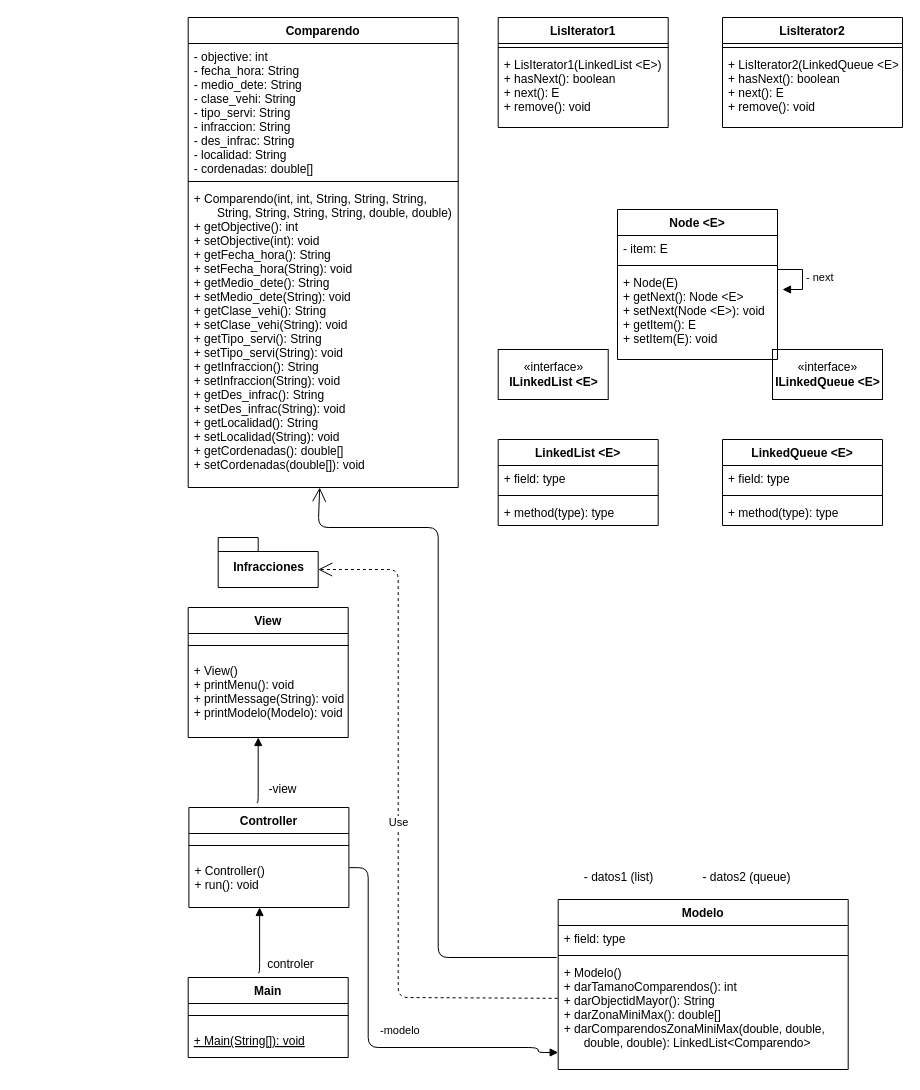
The draw.io diagram docs/Untitled Diagram.drawio in ppastram/Proyecto1_202010_sec4_team5, before the edit. Source tidied: cells renumbered, new cells numbered last; positions are measured from the earlier drawing's top-left corner, leaving out a move shared by most shapes. Both pictures are drawn from the tidied source at 100%, with x=0, y=0 at pixel (188, 17).
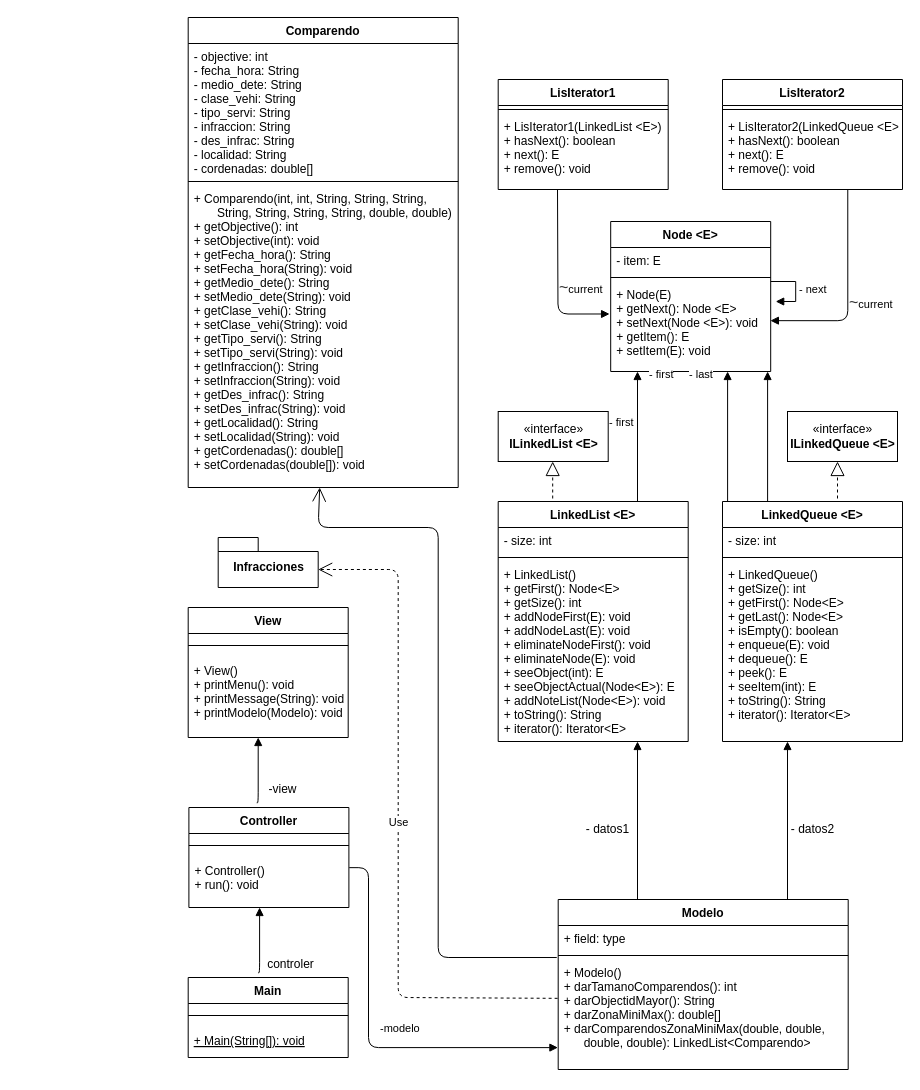
The same page after the edit.

Unchanged cells that the change refers to:
```xml
<mxCell id="4" value="+ Controller()&#10;+ run(): void" style="text;strokeColor=none;fillColor=none;align=left;verticalAlign=top;spacingLeft=4;spacingRight=4;overflow=hidden;points=[[0,0.5],[1,0.5]];portConstraint=eastwest;" parent="2" vertex="1">
  <mxGeometry y="50" width="160" height="50" as="geometry" />
</mxCell>
<mxCell id="25" value="+ Modelo()&#10;+ darTamanoComparendos(): int&#10;+ darObjectidMayor(): String&#10;+ darZonaMiniMax(): double[]&#10;+ darComparendosZonaMiniMax(double, double, &#10;      double, double): LinkedList&lt;Comparendo&gt;" style="text;strokeColor=none;fillColor=none;align=left;verticalAlign=top;spacingLeft=4;spacingRight=4;overflow=hidden;points=[[0,0.5],[1,0.5]];portConstraint=eastwest;" parent="22" vertex="1">
  <mxGeometry y="60" width="290" height="110" as="geometry" />
</mxCell>
<mxCell id="50" value="+ Node(E)&#10;+ getNext(): Node &lt;E&gt;&#10;+ setNext(Node &lt;E&gt;): void&#10;+ getItem(): E&#10;+ setItem(E): void" style="text;strokeColor=none;fillColor=none;align=left;verticalAlign=top;spacingLeft=4;spacingRight=4;overflow=hidden;points=[[0,0.5],[1,0.5]];portConstraint=eastwest;" parent="47" vertex="1">
  <mxGeometry y="60" width="160" height="90" as="geometry" />
</mxCell>
<mxCell id="56" value="+ LisIterator2(LinkedQueue &lt;E&gt;)&#10;+ hasNext(): boolean&#10;+ next(): E&#10;+ remove(): void" style="text;strokeColor=none;fillColor=none;align=left;verticalAlign=top;spacingLeft=4;spacingRight=4;overflow=hidden;points=[[0,0.5],[1,0.5]];portConstraint=eastwest;" parent="54" vertex="1">
  <mxGeometry y="34" width="180" height="76" as="geometry" />
</mxCell>
```

The edit, as a diff of the source:
```diff
@@
-    <mxCell id="5" value="-modelo" style="endArrow=block;endFill=1;html=1;edgeStyle=orthogonalEdgeStyle;align=left;verticalAlign=top;exitX=1.002;exitY=0.203;exitDx=0;exitDy=0;exitPerimeter=0;" parent="1" edge="1" source="4">
+    <mxCell id="5" value="-modelo" style="endArrow=block;endFill=1;html=1;edgeStyle=orthogonalEdgeStyle;align=left;verticalAlign=top;exitX=1.002;exitY=0.203;exitDx=0;exitDy=0;exitPerimeter=0;entryX=-0.001;entryY=0.801;entryDx=0;entryDy=0;entryPerimeter=0;" parent="1" edge="1" source="4" target="25">
       <mxGeometry x="-0.14" y="10" relative="1" as="geometry">
-        <mxPoint x="369.7" y="1035" as="targetPoint" />
         <Array as="points">
-          <mxPoint x="179.7" y="850" />
-          <mxPoint x="179.7" y="1030" />
-          <mxPoint x="349.7" y="1030" />
-          <mxPoint x="349.7" y="1035" />
+          <mxPoint x="180" y="850" />
+          <mxPoint x="180" y="1030" />
+          <mxPoint x="369" y="1030" />
         </Array>
       </mxGeometry>
     </mxCell>
@@
-    <mxCell id="26" value="- datos1 (list)" style="text;html=1;align=center;verticalAlign=middle;" parent="1" vertex="1">
-      <mxGeometry x="389.7" y="850" width="80" height="20" as="geometry" />
+    <mxCell id="26" value="- datos1" style="text;html=1;align=center;verticalAlign=middle;" parent="1" vertex="1">
+      <mxGeometry x="389" y="802" width="60" height="20" as="geometry" />
     </mxCell>
-    <mxCell id="27" value="- datos2 (queue)" style="text;html=1;align=center;verticalAlign=middle;" parent="1" vertex="1">
-      <mxGeometry x="507.7" y="850" width="100" height="20" as="geometry" />
+    <mxCell id="27" value="- datos2" style="text;html=1;align=center;verticalAlign=middle;" parent="1" vertex="1">
+      <mxGeometry x="594" y="802" width="60" height="20" as="geometry" />
     </mxCell>
@@
     <mxCell id="35" value="«interface»&lt;br&gt;&lt;b&gt;ILinkedList &amp;lt;E&amp;gt;&lt;/b&gt;" style="html=1;" parent="1" vertex="1">
-      <mxGeometry x="309.7" y="332" width="110" height="50" as="geometry" />
+      <mxGeometry x="309.7" y="394" width="110" height="50" as="geometry" />
     </mxCell>
@@
     <mxCell id="38" value="«interface»&lt;br&gt;&lt;b&gt;ILinkedQueue &amp;lt;E&amp;gt;&lt;/b&gt;" style="html=1;" parent="1" vertex="1">
-      <mxGeometry x="584" y="332" width="110" height="50" as="geometry" />
+      <mxGeometry x="599" y="394" width="110" height="50" as="geometry" />
     </mxCell>
     <mxCell id="39" value="LinkedList &lt;E&gt;" style="swimlane;fontStyle=1;align=center;verticalAlign=top;horizontal=1;startSize=26;" parent="1" vertex="1">
-      <mxGeometry x="309.7" y="422" width="160" height="86" as="geometry" />
+      <mxGeometry x="309.7" y="484" width="190" height="240" as="geometry" />
     </mxCell>
-    <mxCell id="40" value="+ field: type" style="text;strokeColor=none;fillColor=none;align=left;verticalAlign=top;spacingLeft=4;spacingRight=4;overflow=hidden;" parent="39" vertex="1">
-      <mxGeometry y="26" width="160" height="26" as="geometry" />
+    <mxCell id="40" value="- size: int" style="text;strokeColor=none;fillColor=none;align=left;verticalAlign=top;spacingLeft=4;spacingRight=4;overflow=hidden;" parent="39" vertex="1">
+      <mxGeometry y="26" width="190" height="26" as="geometry" />
     </mxCell>
     <mxCell id="41" style="line;strokeWidth=1;fillColor=none;align=left;verticalAlign=middle;spacingTop=-1;spacingLeft=3;spacingRight=3;labelPosition=right;" parent="39" vertex="1">
-      <mxGeometry y="52" width="160" height="8" as="geometry" />
+      <mxGeometry y="52" width="190" height="8" as="geometry" />
     </mxCell>
-    <mxCell id="42" value="+ method(type): type" style="text;strokeColor=none;fillColor=none;align=left;verticalAlign=top;spacingLeft=4;spacingRight=4;overflow=hidden;" parent="39" vertex="1">
-      <mxGeometry y="60" width="160" height="26" as="geometry" />
+    <mxCell id="42" value="+ LinkedList()&#10;+ getFirst(): Node&lt;E&gt;&#10;+ getSize(): int&#10;+ addNodeFirst(E): void &#10;+ addNodeLast(E): void &#10;+ eliminateNodeFirst(): void&#10;+ eliminateNode(E): void&#10;+ seeObject(int): E&#10;+ seeObjectActual(Node&lt;E&gt;): E&#10;+ addNoteList(Node&lt;E&gt;): void&#10;+ toString(): String&#10;+ iterator(): Iterator&lt;E&gt;" style="text;strokeColor=none;fillColor=none;align=left;verticalAlign=top;spacingLeft=4;spacingRight=4;overflow=hidden;" parent="39" vertex="1">
+      <mxGeometry y="60" width="190" height="180" as="geometry" />
     </mxCell>
     <mxCell id="43" value="LinkedQueue &lt;E&gt;" style="swimlane;fontStyle=1;align=center;verticalAlign=top;horizontal=1;startSize=26;" parent="1" vertex="1">
-      <mxGeometry x="534" y="422" width="160" height="86" as="geometry" />
+      <mxGeometry x="534" y="484" width="180" height="240" as="geometry" />
     </mxCell>
-    <mxCell id="44" value="+ field: type" style="text;strokeColor=none;fillColor=none;align=left;verticalAlign=top;spacingLeft=4;spacingRight=4;overflow=hidden;" parent="43" vertex="1">
-      <mxGeometry y="26" width="160" height="26" as="geometry" />
+    <mxCell id="44" value="- size: int" style="text;strokeColor=none;fillColor=none;align=left;verticalAlign=top;spacingLeft=4;spacingRight=4;overflow=hidden;" parent="43" vertex="1">
+      <mxGeometry y="26" width="180" height="26" as="geometry" />
     </mxCell>
     <mxCell id="45" style="line;strokeWidth=1;fillColor=none;align=left;verticalAlign=middle;spacingTop=-1;spacingLeft=3;spacingRight=3;labelPosition=right;" parent="43" vertex="1">
-      <mxGeometry y="52" width="160" height="8" as="geometry" />
+      <mxGeometry y="52" width="180" height="8" as="geometry" />
     </mxCell>
-    <mxCell id="46" value="+ method(type): type" style="text;strokeColor=none;fillColor=none;align=left;verticalAlign=top;spacingLeft=4;spacingRight=4;overflow=hidden;" parent="43" vertex="1">
-      <mxGeometry y="60" width="160" height="26" as="geometry" />
+    <mxCell id="46" value="+ LinkedQueue()&#10;+ getSize(): int&#10;+ getFirst(): Node&lt;E&gt;&#10;+ getLast(): Node&lt;E&gt;&#10;+ isEmpty(): boolean&#10;+ enqueue(E): void&#10;+ dequeue(): E&#10;+ peek(): E&#10;+ seeItem(int): E&#10;+ toString(): String&#10;+ iterator(): Iterator&lt;E&gt;" style="text;strokeColor=none;fillColor=none;align=left;verticalAlign=top;spacingLeft=4;spacingRight=4;overflow=hidden;" parent="43" vertex="1">
+      <mxGeometry y="60" width="180" height="180" as="geometry" />
     </mxCell>
     <mxCell id="47" value="Node &lt;E&gt;" style="swimlane;fontStyle=1;align=center;verticalAlign=top;horizontal=1;startSize=26;" parent="1" vertex="1">
-      <mxGeometry x="429" y="192" width="160" height="150" as="geometry" />
+      <mxGeometry x="422.2" y="204" width="160" height="150" as="geometry" />
     </mxCell>
@@
     <mxCell id="51" value="LisIterator1" style="swimlane;fontStyle=1;align=center;verticalAlign=top;horizontal=1;startSize=26;" parent="1" vertex="1">
-      <mxGeometry x="309.7" width="170" height="110" as="geometry" />
+      <mxGeometry x="309.7" y="62" width="170" height="110" as="geometry" />
     </mxCell>
@@
+    <mxCell id="58" value="&lt;h1 style=&quot;white-space: normal ; margin: 0px ; padding: 0px ; line-height: 1.3 ; color: rgb(51 , 51 , 51)&quot;&gt;&lt;/h1&gt;&lt;span style=&quot;font-size: 16px ; white-space: normal ; color: rgb(51 , 51 , 51) ; font-family: , &amp;#34;blinkmacsystemfont&amp;#34; , &amp;#34;segoe ui&amp;#34; , &amp;#34;roboto&amp;#34; , , &amp;#34;ubuntu&amp;#34; , &amp;#34;cantarell&amp;#34; , &amp;#34;helvetica neue&amp;#34; , sans-serif&quot;&gt;~&lt;/span&gt;current" style="endArrow=block;endFill=1;html=1;edgeStyle=orthogonalEdgeStyle;align=left;verticalAlign=top;entryX=-0.007;entryY=0.361;entryDx=0;entryDy=0;entryPerimeter=0;" parent="51" edge="1" target="50">
+      <mxGeometry x="-0.07" relative="1" as="geometry">
+        <mxPoint x="59.3" y="110" as="sourcePoint" />
+      </mxGeometry>
+    </mxCell>
     <mxCell id="54" value="LisIterator2" style="swimlane;fontStyle=1;align=center;verticalAlign=top;horizontal=1;startSize=26;" parent="1" vertex="1">
-      <mxGeometry x="534" width="180" height="110" as="geometry" />
+      <mxGeometry x="534" y="62" width="180" height="110" as="geometry" />
     </mxCell>
@@
     <mxCell id="57" value="- next" style="edgeStyle=orthogonalEdgeStyle;html=1;align=left;spacingLeft=2;endArrow=block;rounded=0;entryX=1;entryY=0;" parent="1" edge="1">
       <mxGeometry relative="1" as="geometry">
-        <mxPoint x="589" y="252" as="sourcePoint" />
-        <mxPoint x="594" y="272" as="targetPoint" />
+        <mxPoint x="582.2" y="264" as="sourcePoint" />
+        <mxPoint x="587.2" y="284" as="targetPoint" />
         <Array as="points">
-          <mxPoint x="614" y="252" />
+          <mxPoint x="607.2" y="264" />
         </Array>
       </mxGeometry>
     </mxCell>
+    <mxCell id="59" value="&lt;h1 style=&quot;white-space: normal ; margin: 0px ; padding: 0px ; line-height: 1.3 ; color: rgb(51 , 51 , 51) ; text-align: left&quot;&gt;&lt;br&gt;&lt;/h1&gt;" style="text;html=1;align=center;verticalAlign=middle;" parent="1" vertex="1">
+      <mxGeometry x="354.7" y="304" width="20" height="40" as="geometry" />
+    </mxCell>
+    <mxCell id="60" value="&lt;h1 style=&quot;white-space: normal ; margin: 0px ; padding: 0px ; line-height: 1.3 ; color: rgb(51 , 51 , 51)&quot;&gt;&lt;/h1&gt;&lt;span style=&quot;font-size: 16px ; white-space: normal ; color: rgb(51 , 51 , 51) ; font-family: , &amp;#34;blinkmacsystemfont&amp;#34; , &amp;#34;segoe ui&amp;#34; , &amp;#34;roboto&amp;#34; , , &amp;#34;ubuntu&amp;#34; , &amp;#34;cantarell&amp;#34; , &amp;#34;helvetica neue&amp;#34; , sans-serif&quot;&gt;~&lt;/span&gt;current" style="endArrow=block;endFill=1;html=1;edgeStyle=orthogonalEdgeStyle;align=left;verticalAlign=top;entryX=0.998;entryY=0.435;entryDx=0;entryDy=0;entryPerimeter=0;exitX=0.696;exitY=1.004;exitDx=0;exitDy=0;exitPerimeter=0;" parent="1" edge="1" source="56" target="50">
+      <mxGeometry x="-0.07" relative="1" as="geometry" />
+    </mxCell>
+    <mxCell id="61" style="endArrow=block;dashed=1;endFill=0;endSize=12;html=1;" parent="1" edge="1">
+      <mxGeometry relative="1" as="geometry">
+        <mxPoint x="364.2" y="481" as="sourcePoint" />
+        <mxPoint x="364.2" y="444" as="targetPoint" />
+      </mxGeometry>
+    </mxCell>
+    <mxCell id="62" style="endArrow=block;dashed=1;endFill=0;endSize=12;html=1;" parent="1" edge="1">
+      <mxGeometry relative="1" as="geometry">
+        <mxPoint x="649" y="481" as="sourcePoint" />
+        <mxPoint x="649" y="444" as="targetPoint" />
+      </mxGeometry>
+    </mxCell>
+    <mxCell id="63" value="- first" style="endArrow=block;endFill=1;html=1;edgeStyle=orthogonalEdgeStyle;align=left;verticalAlign=top;" parent="1" edge="1">
+      <mxGeometry x="0.42" y="30" relative="1" as="geometry">
+        <mxPoint x="449" y="484" as="sourcePoint" />
+        <mxPoint x="449" y="354" as="targetPoint" />
+        <Array as="points">
+          <mxPoint x="449" y="354" />
+        </Array>
+      </mxGeometry>
+    </mxCell>
+    <mxCell id="64" style="html=1;align=left;verticalAlign=bottom;labelBackgroundColor=#ffffff;fontSize=10;" parent="63" vertex="1">
+      <mxGeometry x="-1" relative="1" as="geometry" />
+    </mxCell>
+    <mxCell id="65" value="- first" style="endArrow=block;endFill=1;html=1;edgeStyle=orthogonalEdgeStyle;align=left;verticalAlign=top;" parent="1" edge="1">
+      <mxGeometry x="1" y="50" relative="1" as="geometry">
+        <mxPoint x="539.1" y="484" as="sourcePoint" />
+        <mxPoint x="539.1" y="354" as="targetPoint" />
+        <Array as="points">
+          <mxPoint x="539.1" y="354" />
+        </Array>
+        <mxPoint x="-30" y="-10" as="offset" />
+      </mxGeometry>
+    </mxCell>
+    <mxCell id="66" style="html=1;align=left;verticalAlign=bottom;labelBackgroundColor=#ffffff;fontSize=10;" parent="65" vertex="1">
+      <mxGeometry x="-1" relative="1" as="geometry" />
+    </mxCell>
+    <mxCell id="67" value="- last" style="endArrow=block;endFill=1;html=1;edgeStyle=orthogonalEdgeStyle;align=left;verticalAlign=top;" parent="1" edge="1">
+      <mxGeometry x="1" y="50" relative="1" as="geometry">
+        <mxPoint x="579.1" y="484" as="sourcePoint" />
+        <mxPoint x="579.1" y="354" as="targetPoint" />
+        <Array as="points">
+          <mxPoint x="579.1" y="354" />
+        </Array>
+        <mxPoint x="-30" y="-10" as="offset" />
+      </mxGeometry>
+    </mxCell>
+    <mxCell id="68" style="html=1;align=left;verticalAlign=bottom;labelBackgroundColor=#ffffff;fontSize=10;" parent="67" vertex="1">
+      <mxGeometry x="-1" relative="1" as="geometry" />
+    </mxCell>
+    <mxCell id="69" style="endArrow=block;endFill=1;html=1;edgeStyle=orthogonalEdgeStyle;align=left;verticalAlign=top;" parent="1" edge="1">
+      <mxGeometry x="0.25" y="-40" relative="1" as="geometry">
+        <mxPoint x="599" y="882" as="sourcePoint" />
+        <mxPoint x="599" y="724" as="targetPoint" />
+      </mxGeometry>
+    </mxCell>
+    <mxCell id="70" style="endArrow=block;endFill=1;html=1;edgeStyle=orthogonalEdgeStyle;align=left;verticalAlign=top;" parent="1" edge="1">
+      <mxGeometry x="0.25" y="-40" relative="1" as="geometry">
+        <mxPoint x="449" y="882" as="sourcePoint" />
+        <mxPoint x="449" y="724" as="targetPoint" />
+      </mxGeometry>
+    </mxCell>
```
